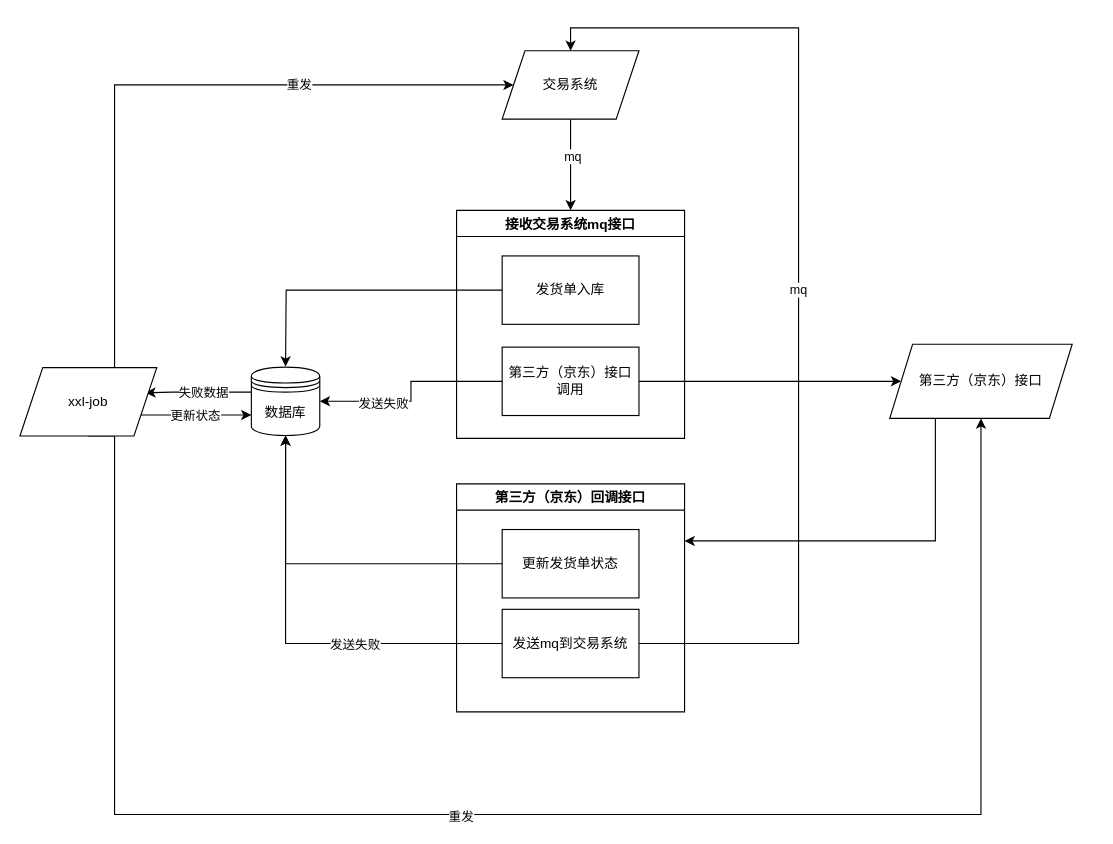
This is Untitled Diagram.drawio from yindongjun/drawio-2, a draw.io file, before an edit. Source tidied: cells renumbered, new cells numbered last; positions are measured from the earlier drawing's top-left corner, leaving out a move shared by most shapes. Both pictures are drawn from the tidied source at 114%, with x=0, y=0 at pixel (19, 27).
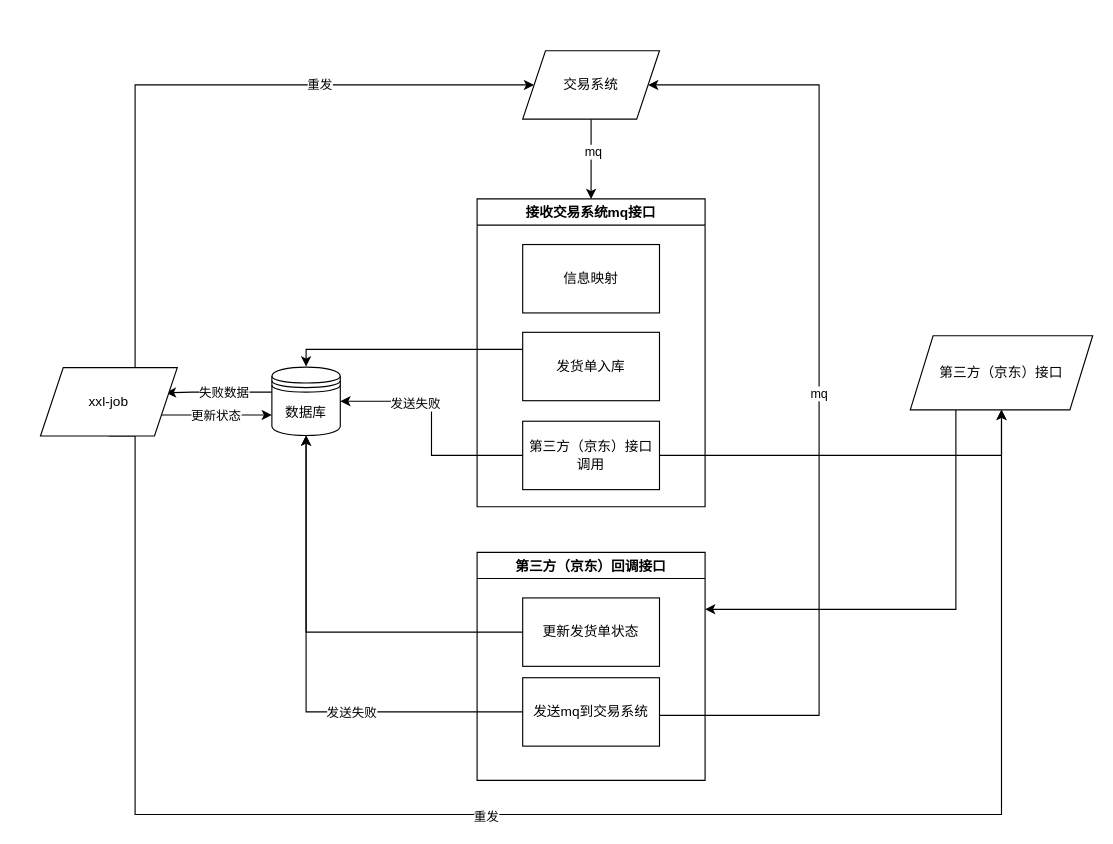
The same diagram, later.

The change refers to these unchanged cells:
```xml
<mxCell id="22" value="发送mq到交易系统" style="rounded=0;whiteSpace=wrap;html=1;" parent="20" vertex="1">
  <mxGeometry x="40" y="110" width="120" height="60" as="geometry" />
</mxCell>
```

What changed in the source:
```diff
@@
-    <mxCell id="2" style="edgeStyle=orthogonalEdgeStyle;rounded=0;jettySize=auto;html=1;exitX=0;exitY=0.5;exitDx=0;exitDy=0;" parent="1" edge="1" source="18">
+    <mxCell id="2" style="edgeStyle=orthogonalEdgeStyle;rounded=0;jettySize=auto;html=1;exitX=0;exitY=0.25;exitDx=0;exitDy=0;" parent="1" edge="1" source="18">
       <mxGeometry relative="1" as="geometry">
-        <mxPoint x="233" y="297" as="targetPoint" />
+        <mxPoint x="251" y="297" as="targetPoint" />
+        <Array as="points">
+          <mxPoint x="251" y="282" />
+        </Array>
       </mxGeometry>
     </mxCell>
     <mxCell id="3" style="edgeStyle=orthogonalEdgeStyle;rounded=0;orthogonalLoop=1;jettySize=auto;html=1;exitX=0;exitY=0.5;exitDx=0;exitDy=0;entryX=1;entryY=0.5;entryDx=0;entryDy=0;" parent="1" edge="1">
       <mxGeometry relative="1" as="geometry">
-        <mxPoint x="203" y="319.5" as="sourcePoint" />
-        <mxPoint x="110" y="320" as="targetPoint" />
+        <mxPoint x="221" y="319.5" as="sourcePoint" />
+        <mxPoint x="128" y="320" as="targetPoint" />
         <Array as="points">
-          <mxPoint x="133" y="320" />
-          <mxPoint x="133" y="320" />
+          <mxPoint x="151" y="320" />
+          <mxPoint x="151" y="320" />
         </Array>
       </mxGeometry>
     </mxCell>
@@
     <mxCell id="5" value="数据库" style="shape=datastore;whiteSpace=wrap;html=1;" parent="1" vertex="1">
-      <mxGeometry x="203" y="297.5" width="60" height="60" as="geometry" />
+      <mxGeometry x="221" y="297.5" width="60" height="60" as="geometry" />
     </mxCell>
@@
     <mxCell id="7" value="第三方（京东）接口" style="shape=parallelogram;perimeter=parallelogramPerimeter;whiteSpace=wrap;html=1;fixedSize=1;" parent="1" vertex="1">
-      <mxGeometry x="763" y="277.5" width="160" height="65" as="geometry" />
+      <mxGeometry x="781" y="270" width="160" height="65" as="geometry" />
     </mxCell>
     <mxCell id="8" style="edgeStyle=orthogonalEdgeStyle;rounded=0;jettySize=auto;html=1;exitX=0.5;exitY=0;exitDx=0;exitDy=0;entryX=0;entryY=0.5;entryDx=0;entryDy=0;" parent="1" edge="1" source="13" target="16">
       <mxGeometry relative="1" as="geometry">
         <Array as="points">
-          <mxPoint x="83" y="50" />
+          <mxPoint x="101" y="50" />
         </Array>
       </mxGeometry>
     </mxCell>
@@
     <mxCell id="10" style="edgeStyle=orthogonalEdgeStyle;rounded=0;jettySize=auto;html=1;exitX=0.5;exitY=1;exitDx=0;exitDy=0;entryX=0.5;entryY=1;entryDx=0;entryDy=0;" parent="1" edge="1" source="13" target="7">
       <mxGeometry relative="1" as="geometry">
         <Array as="points">
-          <mxPoint x="83" y="690" />
-          <mxPoint x="843" y="690" />
+          <mxPoint x="101" y="690" />
+          <mxPoint x="861" y="690" />
         </Array>
       </mxGeometry>
     </mxCell>
@@
     <mxCell id="13" value="xxl-job" style="shape=parallelogram;perimeter=parallelogramPerimeter;whiteSpace=wrap;html=1;fixedSize=1;" parent="1" vertex="1">
-      <mxGeometry y="298" width="120" height="60" as="geometry" />
+      <mxGeometry x="18" y="298" width="120" height="60" as="geometry" />
     </mxCell>
@@
     <mxCell id="16" value="交易系统" style="shape=parallelogram;perimeter=parallelogramPerimeter;whiteSpace=wrap;html=1;fixedSize=1;" parent="1" vertex="1">
-      <mxGeometry x="423" y="20" width="120" height="60" as="geometry" />
+      <mxGeometry x="441" y="20" width="120" height="60" as="geometry" />
     </mxCell>
     <mxCell id="17" value="接收交易系统mq接口" style="swimlane;" parent="1" vertex="1">
-      <mxGeometry x="383" y="160" width="200" height="200" as="geometry" />
+      <mxGeometry x="401" y="150" width="200" height="270" as="geometry" />
     </mxCell>
     <mxCell id="18" value="发货单入库" style="rounded=0;whiteSpace=wrap;html=1;" parent="17" vertex="1">
-      <mxGeometry x="40" y="40" width="120" height="60" as="geometry" />
+      <mxGeometry x="40" y="117" width="120" height="60" as="geometry" />
     </mxCell>
     <mxCell id="19" value="第三方（京东）接口调用" style="rounded=0;whiteSpace=wrap;html=1;" parent="17" vertex="1">
-      <mxGeometry x="40" y="120" width="120" height="60" as="geometry" />
+      <mxGeometry x="40" y="195" width="120" height="60" as="geometry" />
     </mxCell>
+    <mxCell id="30" value="信息映射" style="rounded=0;whiteSpace=wrap;html=1;" parent="17" vertex="1">
+      <mxGeometry x="40" y="40" width="120" height="60" as="geometry" />
+    </mxCell>
     <mxCell id="20" value="第三方（京东）回调接口" style="swimlane;" parent="1" vertex="1">
-      <mxGeometry x="383" y="400" width="200" height="200" as="geometry" />
+      <mxGeometry x="401" y="460" width="200" height="200" as="geometry" />
     </mxCell>
@@
-    <mxCell id="24" style="edgeStyle=orthogonalEdgeStyle;rounded=0;jettySize=auto;html=1;exitX=1;exitY=0.5;exitDx=0;exitDy=0;entryX=0;entryY=0.5;entryDx=0;entryDy=0;" parent="1" edge="1" source="19" target="7">
+    <mxCell id="24" style="edgeStyle=orthogonalEdgeStyle;rounded=0;jettySize=auto;html=1;exitX=1;exitY=0.5;exitDx=0;exitDy=0;" parent="1" edge="1" source="19" target="7">
       <mxGeometry relative="1" as="geometry" />
     </mxCell>
-    <mxCell id="25" value="mq" style="edgeStyle=orthogonalEdgeStyle;rounded=0;jettySize=auto;html=1;exitX=1;exitY=0.5;exitDx=0;exitDy=0;entryX=0.5;entryY=0;entryDx=0;entryDy=0;" parent="1" edge="1" source="22" target="16">
+    <mxCell id="25" value="mq" style="edgeStyle=orthogonalEdgeStyle;rounded=0;jettySize=auto;html=1;exitX=1;exitY=0.5;exitDx=0;exitDy=0;entryX=1;entryY=0.5;entryDx=0;entryDy=0;" parent="1" edge="1" target="16">
       <mxGeometry relative="1" as="geometry">
+        <mxPoint x="561" y="603" as="sourcePoint" />
         <Array as="points">
-          <mxPoint x="683" y="540" />
-          <mxPoint x="683" />
-          <mxPoint x="483" />
+          <mxPoint x="701" y="603" />
+          <mxPoint x="701" y="50" />
         </Array>
       </mxGeometry>
     </mxCell>
```
